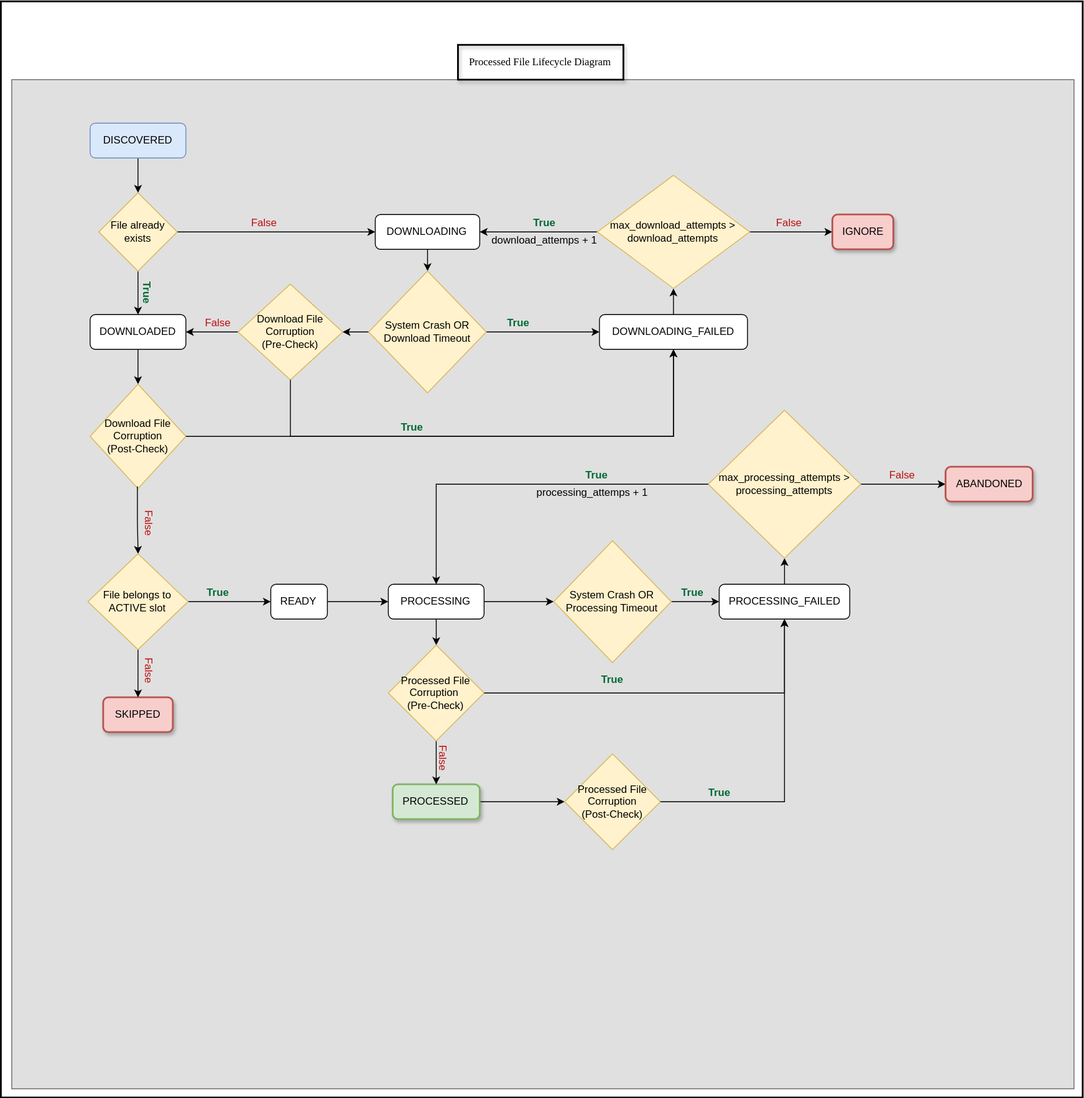
The draw.io diagram docs/architecture/processed_file_lifecycle.svg in AnandKri/comet-hunter, before a commit. Source tidied: cells renumbered, new cells last; positions are measured from the earlier drawing's top-left corner, leaving out a move shared by most shapes.
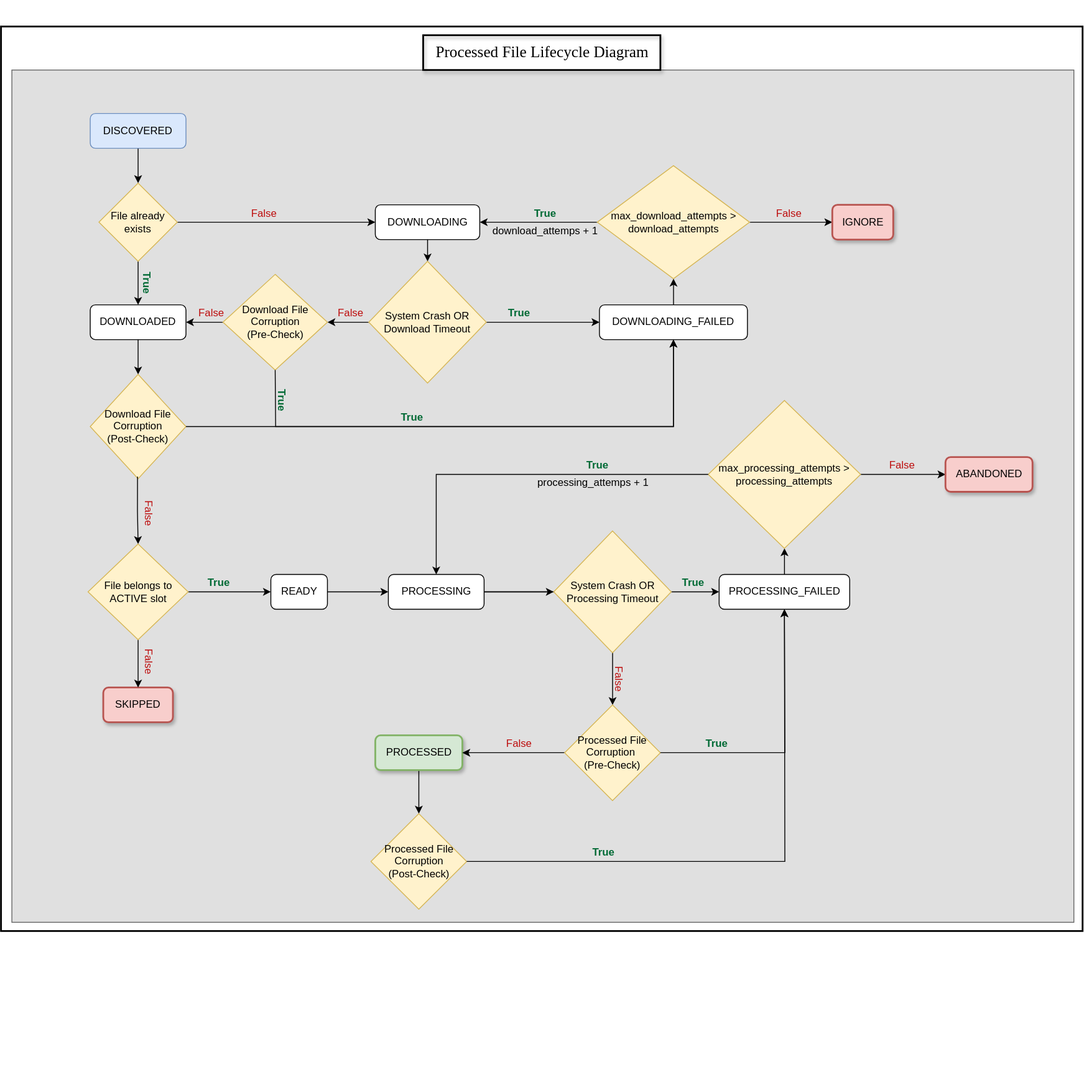
After the change.

Commit message:
refine processed file lifecycle

The edit, as a diff of the source:
```diff
@@ -6,13 +6,13 @@
       <mxGeometry x="12" y="10" width="1230" height="1250" as="geometry" />
     </mxCell>
     <mxCell id="3" style="rounded=0;whiteSpace=wrap;html=1;strokeWidth=2;" parent="2" vertex="1">
-      <mxGeometry x="-12.5" y="-10" width="1242.5" height="1260" as="geometry" />
+      <mxGeometry x="-12.5" y="30" width="1242.5" height="1040" as="geometry" />
     </mxCell>
     <mxCell id="4" style="rounded=0;whiteSpace=wrap;html=1;fillColor=light-dark(#e0e0e0, #1a1a1a);fontColor=#333333;strokeColor=#666666;" parent="2" vertex="1">
-      <mxGeometry y="80" width="1220" height="1160" as="geometry" />
+      <mxGeometry y="80" width="1220" height="980" as="geometry" />
     </mxCell>
-    <mxCell id="5" value="Processed File Lifecycle Diagram" style="text;html=1;whiteSpace=wrap;strokeColor=default;fillColor=none;align=center;verticalAlign=middle;rounded=0;strokeWidth=2;glass=0;shadow=1;fontFamily=Times New Roman;" parent="2" vertex="1">
-      <mxGeometry x="512.5" y="40" width="190" height="40" as="geometry" />
+    <mxCell id="5" value="&lt;font style=&quot;font-size: 18px;&quot;&gt;Processed File Lifecycle Diagram&lt;/font&gt;" style="text;html=1;whiteSpace=wrap;strokeColor=default;fillColor=none;align=center;verticalAlign=middle;rounded=0;strokeWidth=2;glass=0;shadow=1;fontFamily=Times New Roman;" parent="2" vertex="1">
+      <mxGeometry x="472.5" y="40" width="272.5" height="40" as="geometry" />
     </mxCell>
     <mxCell id="6" style="edgeStyle=orthogonalEdgeStyle;rounded=0;jettySize=auto;html=1;" parent="2" edge="1" source="7" target="16">
       <mxGeometry relative="1" as="geometry" />
@@ -66,7 +66,7 @@
       <mxGeometry x="552.5" y="350" width="60" height="20" as="geometry" />
     </mxCell>
     <mxCell id="23" value="False" style="text;html=1;whiteSpace=wrap;strokeColor=none;fillColor=none;align=center;verticalAlign=middle;rounded=0;fontColor=light-dark(#bd0d0d, #ededed);" parent="2" vertex="1">
-      <mxGeometry x="207.5" y="350" width="60" height="20" as="geometry" />
+      <mxGeometry x="207.5" y="350" width="42.5" height="20" as="geometry" />
     </mxCell>
     <mxCell id="24" value="&lt;div&gt;Download File Corruption&lt;/div&gt;&lt;div&gt;(Post-Check)&lt;/div&gt;" style="rhombus;whiteSpace=wrap;html=1;fillColor=#fff2cc;strokeColor=#d6b656;gradientColor=none;strokeWidth=1;" parent="2" vertex="1">
       <mxGeometry x="90" y="430" width="110" height="120" as="geometry" />
@@ -166,7 +166,7 @@
       <mxGeometry relative="1" as="geometry" />
     </mxCell>
     <mxCell id="55" value="PROCESSED" style="rounded=1;whiteSpace=wrap;html=1;fillColor=#d5e8d4;strokeColor=#82b366;strokeWidth=2;shadow=1;" parent="2" vertex="1">
-      <mxGeometry x="437.5" y="890" width="100" height="40" as="geometry" />
+      <mxGeometry x="417.5" y="845" width="100" height="40" as="geometry" />
     </mxCell>
     <mxCell id="56" value="ABANDONED" style="rounded=1;whiteSpace=wrap;html=1;fillColor=#f8cecc;strokeColor=#b85450;strokeWidth=2;shadow=1;" parent="2" vertex="1">
       <mxGeometry x="1072.5" y="525" width="100" height="40" as="geometry" />
@@ -188,50 +188,59 @@
       <mxGeometry x="602.5" y="540" width="130" height="30" as="geometry" />
     </mxCell>
     <mxCell id="61" value="&lt;div&gt;Processed File Corruption&lt;/div&gt;(Post-Check)" style="rhombus;whiteSpace=wrap;html=1;fillColor=#fff2cc;strokeColor=#d6b656;gradientColor=none;strokeWidth=1;" parent="2" vertex="1">
-      <mxGeometry x="635" y="855" width="110" height="110" as="geometry" />
+      <mxGeometry x="412.5" y="935" width="110" height="110" as="geometry" />
     </mxCell>
-    <mxCell id="62" value="False" style="text;html=1;whiteSpace=wrap;strokeColor=none;fillColor=none;align=center;verticalAlign=middle;rounded=0;rotation=90;fontColor=light-dark(#bd0d0d, #ededed);" parent="2" vertex="1">
-      <mxGeometry x="465" y="850" width="60" height="20" as="geometry" />
+    <mxCell id="62" value="False" style="text;html=1;whiteSpace=wrap;strokeColor=none;fillColor=none;align=center;verticalAlign=middle;rounded=0;rotation=0;fontColor=light-dark(#bd0d0d, #ededed);" parent="2" vertex="1">
+      <mxGeometry x="552.5" y="845" width="60" height="20" as="geometry" />
     </mxCell>
     <mxCell id="63" style="endArrow=classic;html=1;rounded=0;entryX=0.5;entryY=1;entryDx=0;entryDy=0;exitX=1;exitY=0.5;exitDx=0;exitDy=0;" parent="2" edge="1" source="61" target="50">
       <mxGeometry relative="1" as="geometry">
         <Array as="points">
-          <mxPoint x="887.5" y="910" />
+          <mxPoint x="888" y="990" />
         </Array>
       </mxGeometry>
     </mxCell>
     <mxCell id="64" value="True" style="text;html=1;whiteSpace=wrap;strokeColor=none;fillColor=none;align=center;verticalAlign=middle;rounded=0;fontStyle=1;fontColor=light-dark(#006a35, #28ab6a);rotation=0;" parent="2" vertex="1">
-      <mxGeometry x="782.5" y="890" width="60" height="20" as="geometry" />
+      <mxGeometry x="780" y="845" width="60" height="20" as="geometry" />
     </mxCell>
     <mxCell id="65" style="edgeStyle=orthogonalEdgeStyle;rounded=0;jettySize=auto;html=1;" parent="2" edge="1" source="66" target="55">
       <mxGeometry relative="1" as="geometry" />
     </mxCell>
     <mxCell id="66" value="&lt;div&gt;Processed File Corruption&amp;nbsp;&lt;/div&gt;&lt;div&gt;(Pre-Check)&lt;/div&gt;" style="rhombus;whiteSpace=wrap;html=1;fillColor=#fff2cc;strokeColor=#d6b656;gradientColor=none;strokeWidth=1;" parent="2" vertex="1">
-      <mxGeometry x="432.5" y="730" width="110" height="110" as="geometry" />
+      <mxGeometry x="635" y="810" width="110" height="110" as="geometry" />
     </mxCell>
     <mxCell id="67" style="endArrow=classic;html=1;rounded=0;exitX=1;exitY=0.5;exitDx=0;exitDy=0;entryX=0.5;entryY=1;entryDx=0;entryDy=0;" parent="2" edge="1" source="66" target="50">
       <mxGeometry relative="1" as="geometry">
         <Array as="points">
-          <mxPoint x="887.5" y="785" />
+          <mxPoint x="888" y="865" />
         </Array>
       </mxGeometry>
     </mxCell>
-    <mxCell id="68" value="True" style="text;html=1;whiteSpace=wrap;strokeColor=none;fillColor=none;align=center;verticalAlign=middle;rounded=0;fontStyle=1;fontColor=light-dark(#006a35, #28ab6a);rotation=0;" parent="2" vertex="1">
-      <mxGeometry x="660" y="760" width="60" height="20" as="geometry" />
-    </mxCell>
     <mxCell id="69" style="edgeStyle=orthogonalEdgeStyle;rounded=0;jettySize=auto;html=1;" parent="2" edge="1" source="70" target="11">
       <mxGeometry relative="1" as="geometry" />
     </mxCell>
     <mxCell id="70" value="&lt;div&gt;Download File Corruption&lt;/div&gt;&lt;div&gt;(Pre-Check)&lt;/div&gt;" style="rhombus;whiteSpace=wrap;html=1;fillColor=#fff2cc;strokeColor=#d6b656;gradientColor=none;strokeWidth=1;" parent="2" vertex="1">
-      <mxGeometry x="260" y="315" width="120" height="110" as="geometry" />
+      <mxGeometry x="242.5" y="315" width="120" height="110" as="geometry" />
     </mxCell>
     <mxCell id="71" style="endArrow=classic;html=1;rounded=0;exitX=0.5;exitY=1;exitDx=0;exitDy=0;entryX=0.5;entryY=1;entryDx=0;entryDy=0;" parent="2" edge="1" source="70" target="13">
       <mxGeometry relative="1" as="geometry">
         <Array as="points">
-          <mxPoint x="320" y="490" />
+          <mxPoint x="303" y="490" />
           <mxPoint x="760" y="490" />
         </Array>
       </mxGeometry>
     </mxCell>
+    <mxCell id="72" value="False" style="text;html=1;whiteSpace=wrap;strokeColor=none;fillColor=none;align=center;verticalAlign=middle;rounded=0;fontColor=light-dark(#bd0d0d, #ededed);" parent="2" vertex="1">
+      <mxGeometry x="367.5" y="350" width="42.5" height="20" as="geometry" />
+    </mxCell>
+    <mxCell id="73" value="True" style="text;html=1;whiteSpace=wrap;strokeColor=none;fillColor=none;align=center;verticalAlign=middle;rounded=0;fontStyle=1;fontColor=light-dark(#006a35, #28ab6a);rotation=90;" parent="2" vertex="1">
+      <mxGeometry x="280" y="450" width="60" height="20" as="geometry" />
+    </mxCell>
+    <mxCell id="74" value="False" style="text;html=1;whiteSpace=wrap;strokeColor=none;fillColor=none;align=center;verticalAlign=middle;rounded=0;rotation=90;fontColor=light-dark(#bd0d0d, #ededed);" parent="2" vertex="1">
+      <mxGeometry x="667.5" y="770" width="60" height="20" as="geometry" />
+    </mxCell>
+    <mxCell id="68" value="True" style="text;html=1;whiteSpace=wrap;strokeColor=none;fillColor=none;align=center;verticalAlign=middle;rounded=0;fontStyle=1;fontColor=light-dark(#006a35, #28ab6a);rotation=0;" parent="2" vertex="1">
+      <mxGeometry x="650" y="970" width="60" height="20" as="geometry" />
+    </mxCell>
   </root>
 </mxGraphModel>
```
